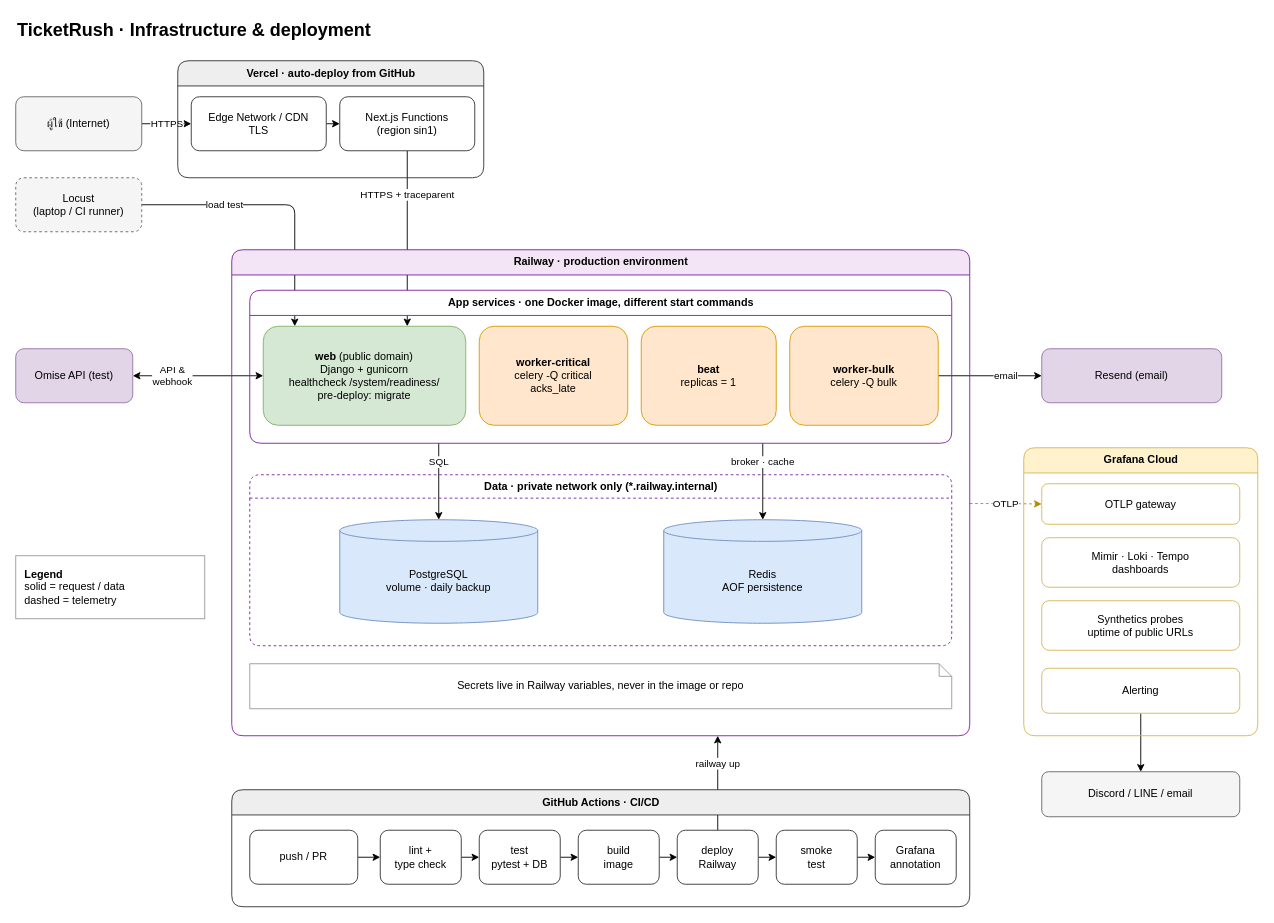
This is docs/diagrams/infrastructure.drawio from NaphatJM/ticketrush, a draw.io file, before an edit. Source tidied: cells renumbered, new cells numbered last; positions are measured from the earlier drawing's top-left corner, leaving out a move shared by most shapes. Both pictures are drawn from the tidied source at 90%, with x=0, y=0 at pixel (15, 15).
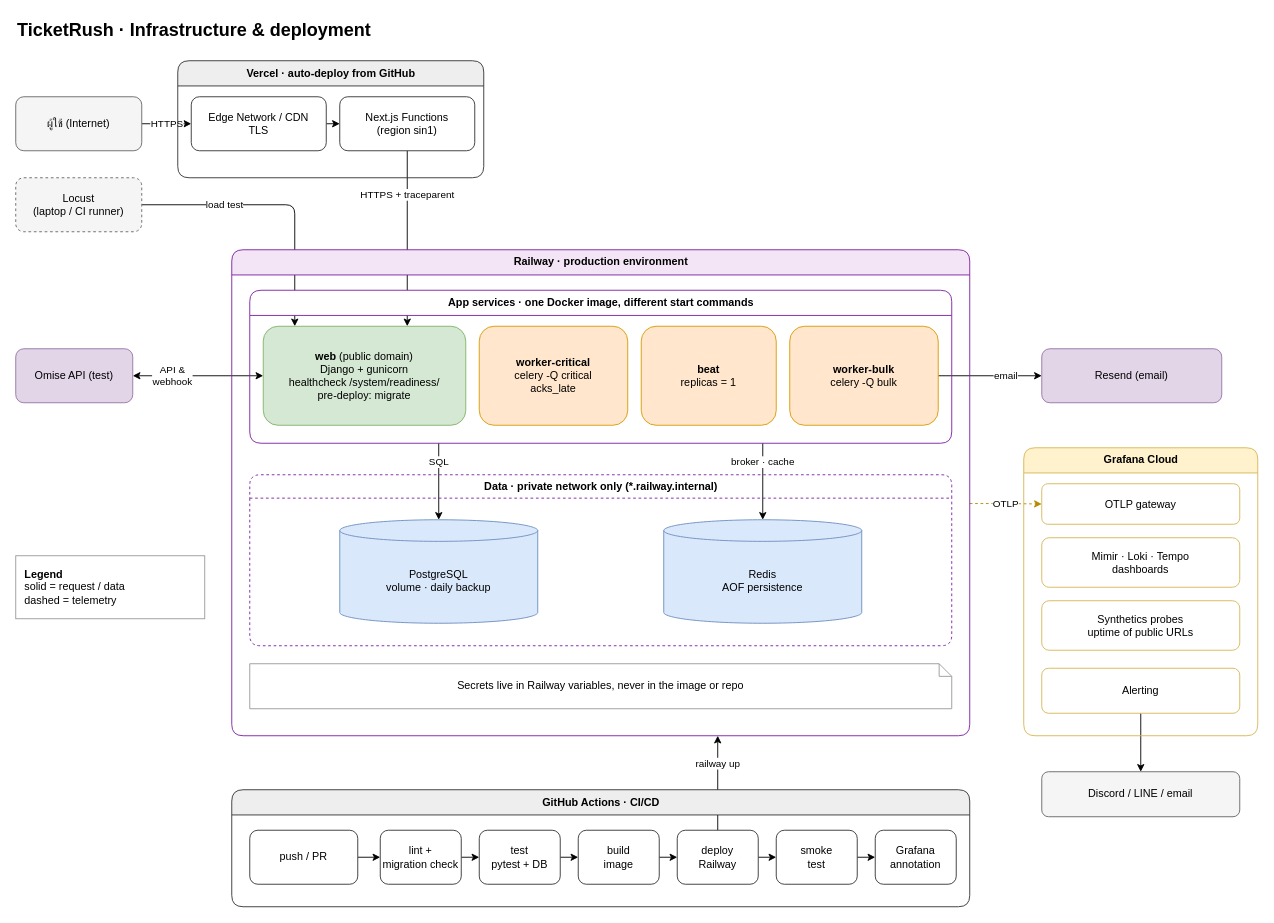
Above is the later version.

Unchanged cells that the change refers to:
```xml
<mxCell id="45" value="GitHub Actions · CI/CD" style="swimlane;startSize=28;html=1;rounded=1;fillColor=#eeeeee;strokeColor=#333333;fontStyle=1;" parent="19" vertex="1">
  <mxGeometry x="240" y="860" width="820" height="130" as="geometry" />
</mxCell>
```

The edit, as a diff of the source:
```diff
@@
-    <mxCell id="47" value="lint +&lt;br&gt;type check" style="rounded=1;whiteSpace=wrap;html=1;fillColor=#ffffff;strokeColor=#333333;" parent="45" vertex="1">
+    <mxCell id="47" value="lint +&lt;br&gt;migration check" style="rounded=1;whiteSpace=wrap;html=1;fillColor=#ffffff;strokeColor=#333333;" parent="45" vertex="1">
       <mxGeometry x="165" y="45" width="90" height="60" as="geometry" />
     </mxCell>
```
